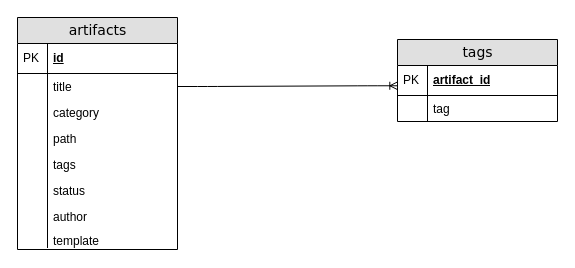
Before: docs/Untitled Diagram.drawio in alshapton/kb, a draw.io diagram. Source tidied: cells renumbered, new cells numbered last; positions are measured from the earlier drawing's top-left corner, leaving out a move shared by most shapes. Both pictures are drawn from the tidied source at 100%, with x=0, y=0 at pixel (17, 17).
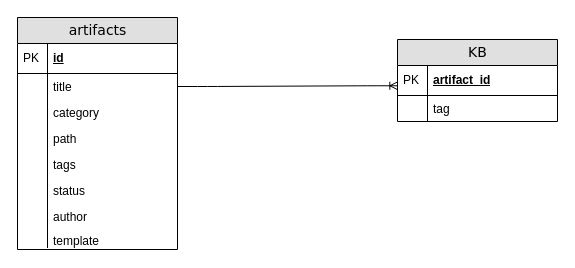
The same page after the edit.

Commit message:
Initial draft of data model for documentation (in Draw.io)

The edit, as a diff of the source:
```diff
@@
-    <mxCell id="2" value="tags" style="swimlane;html=1;fontStyle=0;horizontal=1;startSize=26;fillColor=#e0e0e0;swimlaneFillColor=#ffffff;align=center;rounded=0;shadow=0;comic=0;labelBackgroundColor=none;strokeWidth=1;fontFamily=Verdana;fontSize=14;" parent="1" vertex="1">
+    <mxCell id="2" value="KB" style="swimlane;html=1;fontStyle=0;horizontal=1;startSize=26;fillColor=#e0e0e0;swimlaneFillColor=#ffffff;align=center;rounded=0;shadow=0;comic=0;labelBackgroundColor=none;strokeWidth=1;fontFamily=Verdana;fontSize=14;" parent="1" vertex="1">
       <mxGeometry x="380" y="22" width="160" height="82" as="geometry" />
     </mxCell>
```
